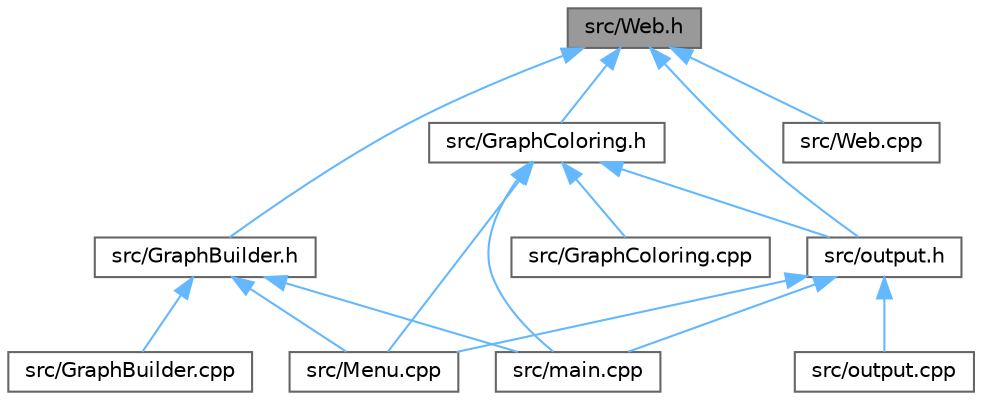
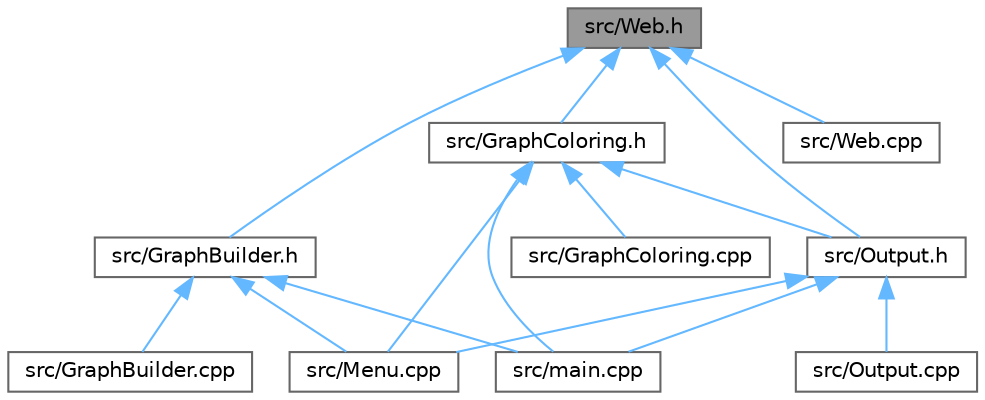
digraph "src/Web.h"
{
 // LATEX_PDF_SIZE
  bgcolor="transparent";
  edge [fontname=Helvetica,fontsize=10,labelfontname=Helvetica,labelfontsize=10];
  node [fontname=Helvetica,fontsize=10,shape=box,height=0.2,width=0.4];
  Node1 [id="Node000001",label="src/Web.h",height=0.2,width=0.4,color="gray40", fillcolor="grey60", style="filled", fontcolor="black",tooltip=" "];
  Node1 -> Node2 [id="edge1_Node000001_Node000002",dir="back",color="steelblue1",style="solid",tooltip=" "];
  Node2 [id="Node000002",label="src/GraphBuilder.h",height=0.2,width=0.4,color="grey40", fillcolor="white", style="filled",URL="$GraphBuilder_8h.html",tooltip=" "];
  Node2 -> Node3 [id="edge2_Node000002_Node000003",dir="back",color="steelblue1",style="solid",tooltip=" "];
  Node3 [id="Node000003",label="src/GraphBuilder.cpp",height=0.2,width=0.4,color="grey40", fillcolor="white", style="filled",URL="$GraphBuilder_8cpp.html",tooltip=" "];
  Node2 -> Node4 [id="edge3_Node000002_Node000004",dir="back",color="steelblue1",style="solid",tooltip=" "];
-   Node4 [id="Node000004",label="src/Menu.cpp",height=0.2,width=0.4,color="grey40", fillcolor="white", style="filled",URL="$Menu_8cpp.html",tooltip=" "];
+   Node4 [id="Node000004",label="src/Menu.cpp",height=0.2,width=0.4,color="grey40", fillcolor="white", style="filled",URL="$Menu_8cpp.html",tooltip="Implementation of the menu system."];
  Node2 -> Node5 [id="edge4_Node000002_Node000005",dir="back",color="steelblue1",style="solid",tooltip=" "];
  Node5 [id="Node000005",label="src/main.cpp",height=0.2,width=0.4,color="grey40", fillcolor="white", style="filled",URL="$main_8cpp.html",tooltip=" "];
  Node1 -> Node6 [id="edge5_Node000001_Node000006",dir="back",color="steelblue1",style="solid",tooltip=" "];
  Node6 [id="Node000006",label="src/GraphColoring.h",height=0.2,width=0.4,color="grey40", fillcolor="white", style="filled",URL="$GraphColoring_8h.html",tooltip=" "];
  Node6 -> Node7 [id="edge6_Node000006_Node000007",dir="back",color="steelblue1",style="solid",tooltip=" "];
  Node7 [id="Node000007",label="src/GraphColoring.cpp",height=0.2,width=0.4,color="grey40", fillcolor="white", style="filled",URL="$GraphColoring_8cpp.html",tooltip="Graph coloring algorithms for register allocation."];
  Node6 -> Node4 [id="edge7_Node000006_Node000004",dir="back",color="steelblue1",style="solid",tooltip=" "];
-   Node6 -> Node5 [id="edge8_Node000006_Node000005",dir="back",color="steelblue1",style="solid",tooltip=" "];
-   Node6 -> Node8 [id="edge9_Node000006_Node000008",dir="back",color="steelblue1",style="solid",tooltip=" "];
-   Node8 [id="Node000008",label="src/output.h",height=0.2,width=0.4,color="grey40", fillcolor="white", style="filled",URL="$output_8h.html",tooltip=" "];
-   Node8 -> Node4 [id="edge10_Node000008_Node000004",dir="back",color="steelblue1",style="solid",tooltip=" "];
+   Node6 -> Node8 [id="edge8_Node000006_Node000008",dir="back",color="steelblue1",style="solid",tooltip=" "];
+   Node8 [id="Node000008",label="src/Output.h",height=0.2,width=0.4,color="grey40", fillcolor="white", style="filled",URL="$Output_8h.html",tooltip=" "];
+   Node8 -> Node4 [id="edge9_Node000008_Node000004",dir="back",color="steelblue1",style="solid",tooltip=" "];
+   Node8 -> Node9 [id="edge10_Node000008_Node000009",dir="back",color="steelblue1",style="solid",tooltip=" "];
+   Node9 [id="Node000009",label="src/Output.cpp",height=0.2,width=0.4,color="grey40", fillcolor="white", style="filled",URL="$Output_8cpp.html",tooltip=" "];
  Node8 -> Node5 [id="edge11_Node000008_Node000005",dir="back",color="steelblue1",style="solid",tooltip=" "];
-   Node8 -> Node9 [id="edge12_Node000008_Node000009",dir="back",color="steelblue1",style="solid",tooltip=" "];
-   Node9 [id="Node000009",label="src/output.cpp",height=0.2,width=0.4,color="grey40", fillcolor="white", style="filled",URL="$output_8cpp.html",tooltip=" "];
-   Node1 -> Node10 [id="edge13_Node000001_Node000010",dir="back",color="steelblue1",style="solid",tooltip=" "];
+   Node6 -> Node5 [id="edge12_Node000006_Node000005",dir="back",color="steelblue1",style="solid",tooltip=" "];
+   Node1 -> Node8 [id="edge13_Node000001_Node000008",dir="back",color="steelblue1",style="solid",tooltip=" "];
+   Node1 -> Node10 [id="edge14_Node000001_Node000010",dir="back",color="steelblue1",style="solid",tooltip=" "];
  Node10 [id="Node000010",label="src/Web.cpp",height=0.2,width=0.4,color="grey40", fillcolor="white", style="filled",URL="$Web_8cpp.html",tooltip=" "];
-   Node1 -> Node8 [id="edge14_Node000001_Node000008",dir="back",color="steelblue1",style="solid",tooltip=" "];
}
